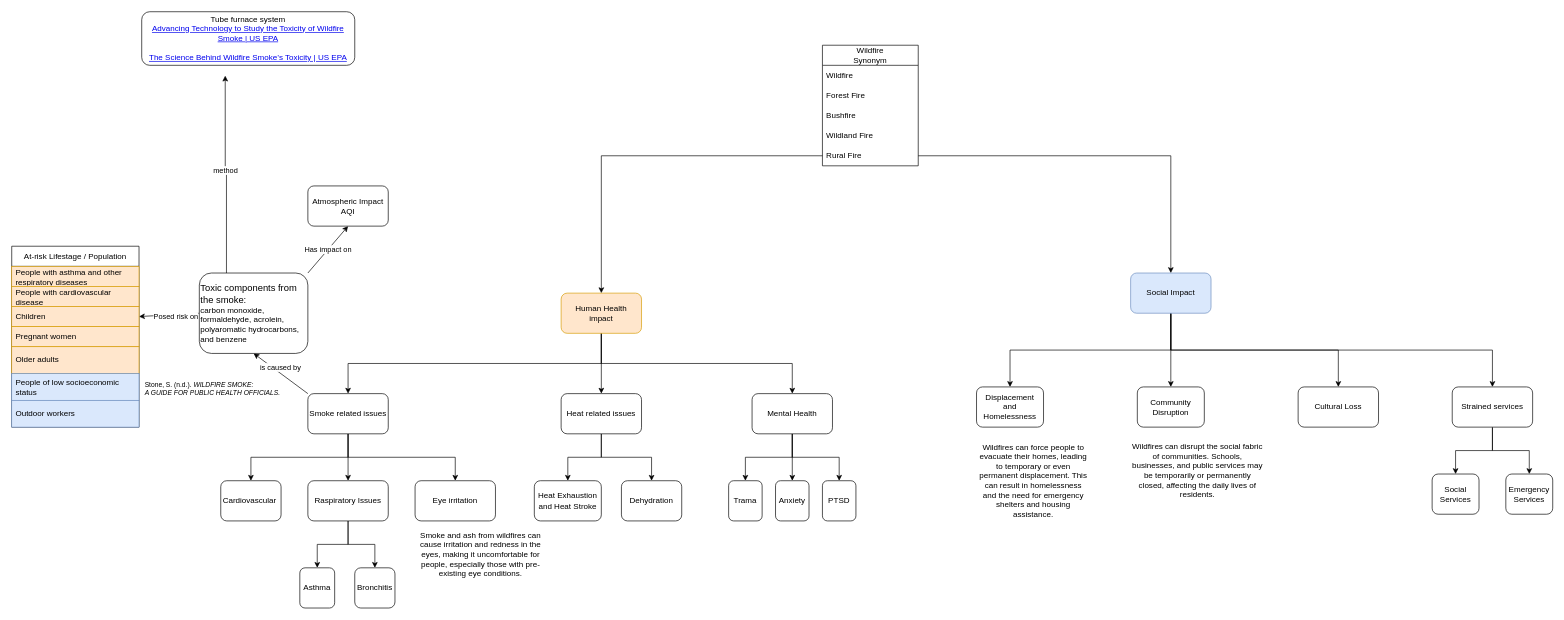
This is wildfire.drawio from cld4h/draw.io-documents, a draw.io file, before an edit. Source tidied: cells renumbered, new cells numbered last; positions are measured from the earlier drawing's top-left corner, leaving out a move shared by most shapes. Both pictures are drawn from the tidied source at 67%, with x=0, y=0 at pixel (11, 11).
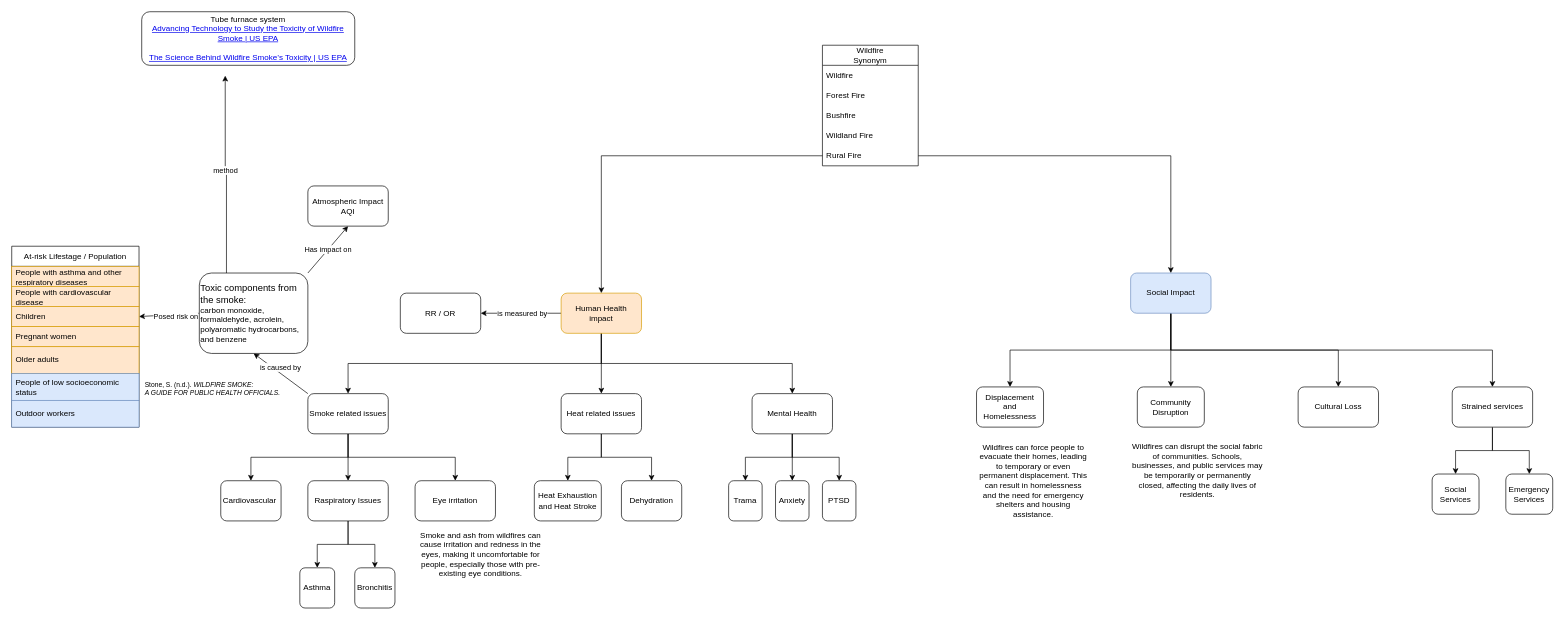
Above is the later version.

Unchanged cells that the change refers to:
```xml
<mxCell id="5" value="Human Health &lt;br&gt;impact" style="rounded=1;whiteSpace=wrap;html=1;fillColor=#ffe6cc;strokeColor=#d79b00;" parent="1" vertex="1">
  <mxGeometry x="820" y="420" width="120" height="60" as="geometry" />
</mxCell>
```

The edit, as a diff of the source:
```diff
@@
+    <mxCell id="73" style="edgeStyle=orthogonalEdgeStyle;rounded=0;jettySize=auto;html=1;exitX=0;exitY=0.5;exitDx=0;exitDy=0;entryX=1;entryY=0.5;entryDx=0;entryDy=0;" parent="1" edge="1" source="5" target="75">
+      <mxGeometry relative="1" as="geometry" />
+    </mxCell>
+    <mxCell id="74" value="is measured by" style="edgeLabel;html=1;align=center;verticalAlign=middle;" parent="73" vertex="1">
+      <mxGeometry x="0.3" y="-1" relative="1" as="geometry">
+        <mxPoint x="19" y="1" as="offset" />
+      </mxGeometry>
+    </mxCell>
@@
+    <mxCell id="75" value="RR / OR" style="rounded=1;whiteSpace=wrap;html=1;" parent="1" vertex="1">
+      <mxGeometry x="580" y="420" width="120" height="60" as="geometry" />
+    </mxCell>
```
